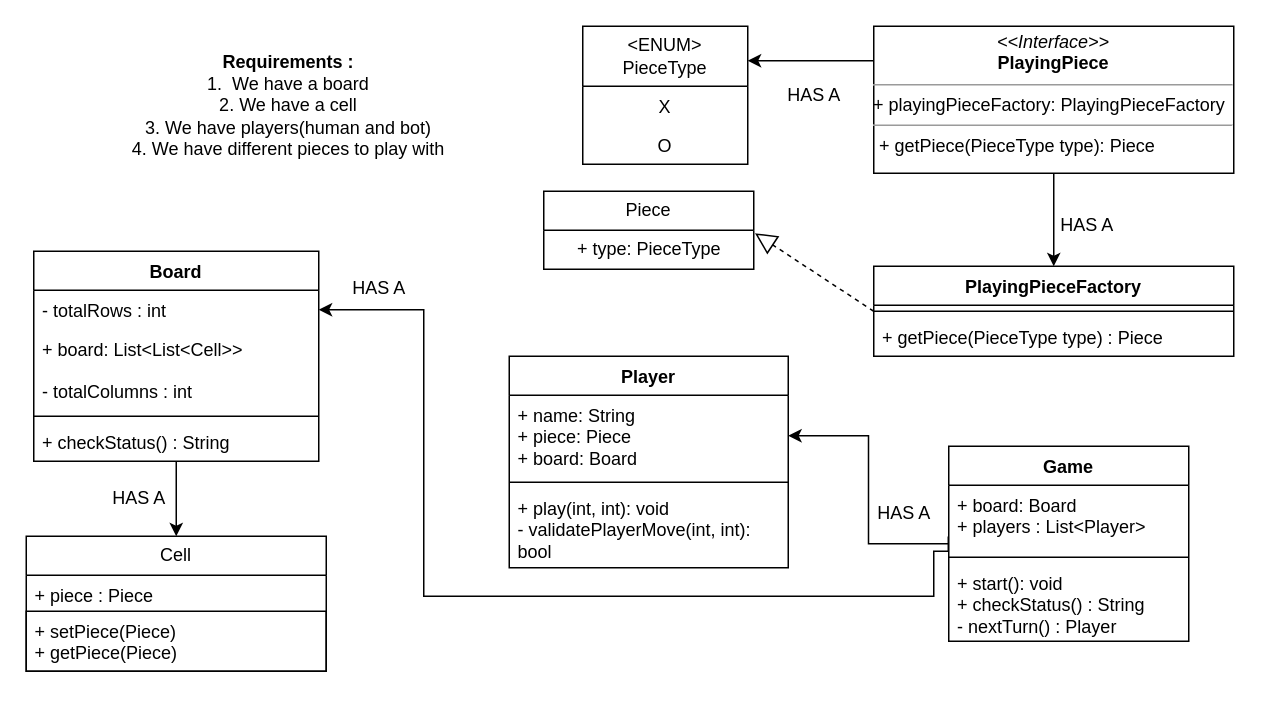
Earlier version of the draw.io diagram TicTacToe/UML.drawio (Sheersendu/LLD_CaseStudies). Source tidied: cells renumbered, new cells numbered last; positions are measured from the earlier drawing's top-left corner, leaving out a move shared by most shapes. Both pictures are drawn from the tidied source at 150%, with x=0, y=0 at pixel (26, 26).
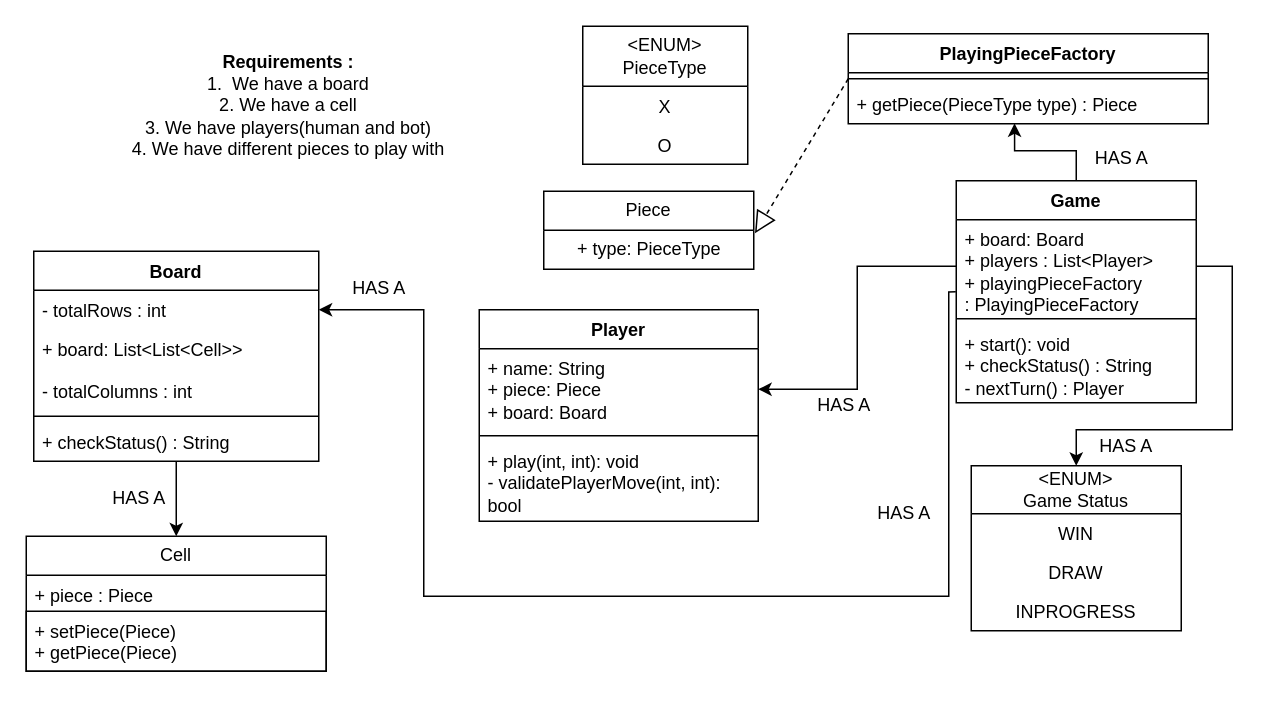
The same diagram, later.

Commit message (it also covers changes not shown here):
Deleted unnecessary PlayingPiece, updated UML diagram

The change refers to these unchanged cells:
```xml
<mxCell id="5" value="- totalRows : int" style="text;strokeColor=none;fillColor=none;align=left;verticalAlign=top;spacingLeft=4;spacingRight=4;overflow=hidden;points=[[0,0.5],[1,0.5]];portConstraint=eastwest;whiteSpace=wrap;html=1;" parent="4" vertex="1">
  <mxGeometry y="26" width="190" height="26" as="geometry" />
</mxCell>
<mxCell id="16" value="&amp;lt;ENUM&amp;gt;&lt;br&gt;PieceType" style="swimlane;fontStyle=0;horizontal=1;startSize=40;fillColor=none;whiteSpace=wrap;html=1;" parent="1" vertex="1">
  <mxGeometry x="371" width="110" height="92" as="geometry" />
</mxCell>
<mxCell id="23" value="+ getPiece(PieceType type) : Piece" style="text;strokeColor=none;fillColor=none;align=left;verticalAlign=top;spacingLeft=4;spacingRight=4;overflow=hidden;points=[[0,0.5],[1,0.5]];portConstraint=eastwest;whiteSpace=wrap;html=1;" parent="21" vertex="1">
  <mxGeometry y="34" width="240" height="26" as="geometry" />
</mxCell>
<mxCell id="25" value="+ name: String&lt;br&gt;&lt;div&gt;+ piece: Piece&lt;/div&gt;&lt;div&gt;+ board: Board&lt;br&gt;&lt;/div&gt;" style="text;strokeColor=none;fillColor=none;align=left;verticalAlign=top;spacingLeft=4;spacingRight=4;overflow=hidden;points=[[0,0.5],[1,0.5]];portConstraint=eastwest;whiteSpace=wrap;html=1;" parent="24" vertex="1">
  <mxGeometry y="26" width="186" height="54" as="geometry" />
</mxCell>
```

The edit, as a diff of the source:
```diff
@@
-    <mxCell id="13" style="edgeStyle=orthogonalEdgeStyle;rounded=0;jettySize=auto;html=1;exitX=0;exitY=0.25;exitDx=0;exitDy=0;entryX=1;entryY=0.25;entryDx=0;entryDy=0;" parent="1" edge="1" source="15" target="16">
-      <mxGeometry relative="1" as="geometry">
-        <Array as="points">
-          <mxPoint x="565" y="23" />
-        </Array>
-      </mxGeometry>
-    </mxCell>
-    <mxCell id="14" style="edgeStyle=orthogonalEdgeStyle;rounded=0;jettySize=auto;html=1;entryX=0.5;entryY=0;entryDx=0;entryDy=0;" parent="1" edge="1" source="15" target="21">
-      <mxGeometry relative="1" as="geometry" />
-    </mxCell>
-    <mxCell id="15" value="&lt;p style=&quot;margin:0px;margin-top:4px;text-align:center;&quot;&gt;&lt;i&gt;&amp;lt;&amp;lt;Interface&amp;gt;&amp;gt;&lt;/i&gt;&lt;br&gt;&lt;b&gt;PlayingPiece&lt;/b&gt;&lt;/p&gt;&lt;hr size=&quot;1&quot;&gt;&lt;p style=&quot;margin:0px;margin-left:4px;&quot;&gt;&lt;/p&gt;+ playingPieceFactory:&amp;nbsp;&lt;span style=&quot;background-color: initial;&quot;&gt;PlayingPieceFactory&lt;/span&gt;&lt;br&gt;&lt;hr size=&quot;1&quot;&gt;&lt;p style=&quot;margin:0px;margin-left:4px;&quot;&gt;+ getPiece(PieceType type): Piece&lt;br&gt;&lt;/p&gt;" style="verticalAlign=top;align=left;overflow=fill;fontSize=12;fontFamily=Helvetica;html=1;whiteSpace=wrap;" parent="1" vertex="1">
-      <mxGeometry x="565" width="240" height="98" as="geometry" />
-    </mxCell>
@@
     <mxCell id="21" value="PlayingPieceFactory" style="swimlane;fontStyle=1;align=center;verticalAlign=top;horizontal=1;startSize=26;whiteSpace=wrap;html=1;" parent="1" vertex="1">
-      <mxGeometry x="565" y="160" width="240" height="60" as="geometry" />
+      <mxGeometry x="548" y="5" width="240" height="60" as="geometry" />
     </mxCell>
@@
     <mxCell id="24" value="Player" style="swimlane;fontStyle=1;align=center;verticalAlign=top;horizontal=1;startSize=26;whiteSpace=wrap;html=1;" parent="1" vertex="1">
-      <mxGeometry x="322" y="220" width="186" height="141" as="geometry" />
+      <mxGeometry x="302" y="189" width="186" height="141" as="geometry" />
     </mxCell>
@@
     <mxCell id="28" style="edgeStyle=orthogonalEdgeStyle;rounded=0;jettySize=auto;html=1;exitX=-0.002;exitY=0.775;exitDx=0;exitDy=0;entryX=1;entryY=0.5;entryDx=0;entryDy=0;exitPerimeter=0;" parent="1" edge="1" source="31" target="5">
       <mxGeometry relative="1" as="geometry">
         <Array as="points">
-          <mxPoint x="615" y="350" />
-          <mxPoint x="605" y="350" />
-          <mxPoint x="605" y="380" />
+          <mxPoint x="615" y="177" />
+          <mxPoint x="615" y="380" />
           <mxPoint x="265" y="380" />
           <mxPoint x="265" y="189" />
         </Array>
       </mxGeometry>
     </mxCell>
-    <mxCell id="29" style="edgeStyle=orthogonalEdgeStyle;rounded=0;jettySize=auto;html=1;exitX=0;exitY=0.5;exitDx=0;exitDy=0;entryX=1;entryY=0.5;entryDx=0;entryDy=0;" parent="1" edge="1" source="30" target="25">
-      <mxGeometry relative="1" as="geometry" />
-    </mxCell>
+    <mxCell id="40" style="edgeStyle=orthogonalEdgeStyle;rounded=0;jettySize=auto;html=1;exitX=0.5;exitY=0;exitDx=0;exitDy=0;entryX=0.462;entryY=0.989;entryDx=0;entryDy=0;entryPerimeter=0;" parent="1" edge="1" source="30" target="23">
+      <mxGeometry relative="1" as="geometry" />
+    </mxCell>
     <mxCell id="30" value="Game" style="swimlane;fontStyle=1;align=center;verticalAlign=top;horizontal=1;startSize=26;whiteSpace=wrap;html=1;" parent="1" vertex="1">
-      <mxGeometry x="615" y="280" width="160" height="130" as="geometry" />
+      <mxGeometry x="620" y="103" width="160" height="148" as="geometry" />
     </mxCell>
-    <mxCell id="31" value="+ board: Board&lt;br&gt;+ players : List&amp;lt;Player&amp;gt;" style="text;strokeColor=none;fillColor=none;align=left;verticalAlign=top;spacingLeft=4;spacingRight=4;overflow=hidden;points=[[0,0.5],[1,0.5]];portConstraint=eastwest;whiteSpace=wrap;html=1;" parent="30" vertex="1">
-      <mxGeometry y="26" width="160" height="44" as="geometry" />
+    <mxCell id="31" value="+ board: Board&lt;br&gt;+ players : List&amp;lt;Player&amp;gt;&lt;br&gt;+ playingPieceFactory :&amp;nbsp;PlayingPieceFactory" style="text;strokeColor=none;fillColor=none;align=left;verticalAlign=top;spacingLeft=4;spacingRight=4;overflow=hidden;points=[[0,0.5],[1,0.5]];portConstraint=eastwest;whiteSpace=wrap;html=1;" parent="30" vertex="1">
+      <mxGeometry y="26" width="160" height="62" as="geometry" />
     </mxCell>
     <mxCell id="32" style="line;strokeWidth=1;fillColor=none;align=left;verticalAlign=middle;spacingTop=-1;spacingLeft=3;spacingRight=3;labelPosition=right;strokeColor=inherit;" parent="30" vertex="1">
-      <mxGeometry y="70" width="160" height="8" as="geometry" />
+      <mxGeometry y="88" width="160" height="8" as="geometry" />
     </mxCell>
     <mxCell id="33" value="+ start(): void&lt;br&gt;&lt;div&gt;+ checkStatus() : String&lt;/div&gt;&lt;div&gt;- nextTurn() : Player&lt;br&gt;&lt;/div&gt;" style="text;strokeColor=none;fillColor=none;align=left;verticalAlign=top;spacingLeft=4;spacingRight=4;overflow=hidden;whiteSpace=wrap;html=1;" parent="30" vertex="1">
-      <mxGeometry y="78" width="160" height="52" as="geometry" />
+      <mxGeometry y="96" width="160" height="52" as="geometry" />
     </mxCell>
@@
-    <mxCell id="36" value="HAS A" style="text;html=1;align=center;verticalAlign=middle;strokeColor=none;fillColor=none;" parent="1" vertex="1">
-      <mxGeometry x="495" y="31" width="60" height="30" as="geometry" />
-    </mxCell>
-    <mxCell id="37" value="HAS A" style="text;html=1;align=center;verticalAlign=middle;strokeColor=none;fillColor=none;" parent="1" vertex="1">
-      <mxGeometry x="677" y="118" width="60" height="30" as="geometry" />
-    </mxCell>
@@
+    <mxCell id="41" value="HAS A" style="text;html=1;align=center;verticalAlign=middle;strokeColor=none;fillColor=none;" parent="1" vertex="1">
+      <mxGeometry x="700" y="73" width="60" height="30" as="geometry" />
+    </mxCell>
+    <mxCell id="42" value="HAS A" style="text;html=1;align=center;verticalAlign=middle;strokeColor=none;fillColor=none;" parent="1" vertex="1">
+      <mxGeometry x="515" y="238" width="60" height="30" as="geometry" />
+    </mxCell>
+    <mxCell id="43" style="edgeStyle=orthogonalEdgeStyle;rounded=0;jettySize=auto;html=1;exitX=0;exitY=0.5;exitDx=0;exitDy=0;entryX=1;entryY=0.5;entryDx=0;entryDy=0;" parent="1" edge="1" source="31" target="25">
+      <mxGeometry relative="1" as="geometry" />
+    </mxCell>
+    <mxCell id="44" value="&amp;lt;ENUM&amp;gt;&lt;br&gt;Game Status" style="swimlane;fontStyle=0;horizontal=1;startSize=32;fillColor=none;whiteSpace=wrap;html=1;" parent="1" vertex="1">
+      <mxGeometry x="630" y="293" width="140" height="110" as="geometry" />
+    </mxCell>
+    <mxCell id="45" value="WIN" style="text;strokeColor=none;fillColor=none;align=center;verticalAlign=top;spacingLeft=4;spacingRight=4;overflow=hidden;whiteSpace=wrap;html=1;" parent="44" vertex="1">
+      <mxGeometry y="32" width="140" height="26" as="geometry" />
+    </mxCell>
+    <mxCell id="46" value="DRAW" style="text;strokeColor=none;fillColor=none;align=center;verticalAlign=top;spacingLeft=4;spacingRight=4;overflow=hidden;whiteSpace=wrap;html=1;" parent="44" vertex="1">
+      <mxGeometry y="58" width="140" height="26" as="geometry" />
+    </mxCell>
+    <mxCell id="47" value="INPROGRESS" style="text;strokeColor=none;fillColor=none;align=center;verticalAlign=top;spacingLeft=4;spacingRight=4;overflow=hidden;whiteSpace=wrap;html=1;" parent="44" vertex="1">
+      <mxGeometry y="84" width="140" height="26" as="geometry" />
+    </mxCell>
+    <mxCell id="48" style="edgeStyle=orthogonalEdgeStyle;rounded=0;jettySize=auto;html=1;entryX=0.5;entryY=0;entryDx=0;entryDy=0;" parent="1" edge="1" source="31" target="44">
+      <mxGeometry relative="1" as="geometry">
+        <Array as="points">
+          <mxPoint x="804" y="160" />
+          <mxPoint x="804" y="269" />
+          <mxPoint x="700" y="269" />
+        </Array>
+      </mxGeometry>
+    </mxCell>
+    <mxCell id="49" value="HAS A" style="text;html=1;align=center;verticalAlign=middle;strokeColor=none;fillColor=none;" parent="1" vertex="1">
+      <mxGeometry x="703" y="265" width="60" height="30" as="geometry" />
+    </mxCell>
```
